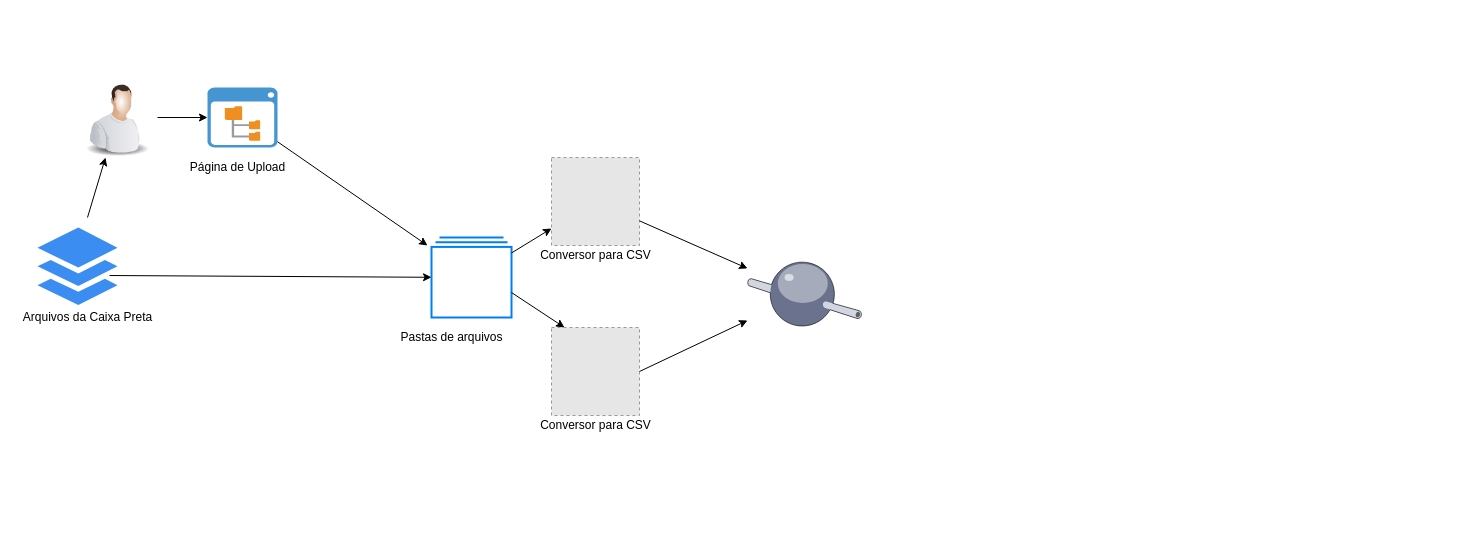
Before: Untitled Diagram.drawio in rafaelr00/arquitetura, a draw.io diagram. Source tidied: cells renumbered, new cells numbered last; positions are measured from the earlier drawing's top-left corner, leaving out a move shared by most shapes. Both pictures are drawn from the tidied source at 100%, with x=0, y=0 at pixel (17, 77). Pictures stored in the file or linked from it are replaced by grey dashed boxes.
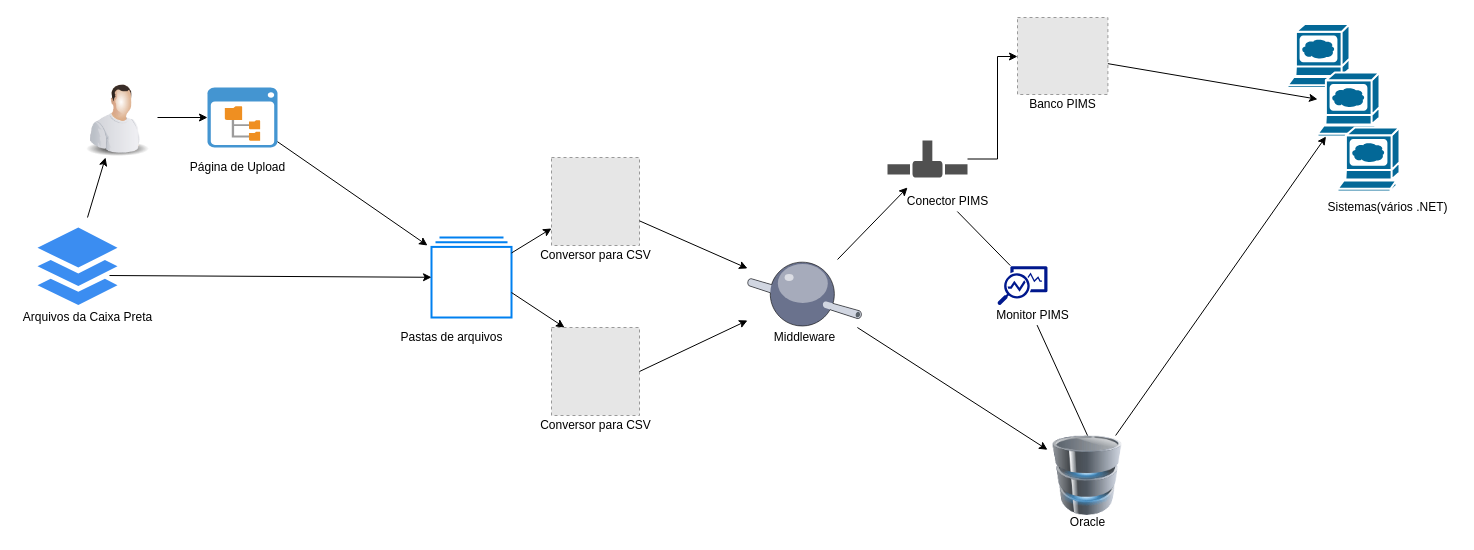
The same diagram, later.

The change refers to these unchanged cells:
```xml
<mxCell id="19" style="verticalLabelPosition=bottom;html=1;verticalAlign=top;strokeColor=none;align=center;outlineConnect=0;shape=mxgraph.citrix.middleware;" parent="1" vertex="1">
  <mxGeometry x="730" y="182" width="114" height="68" as="geometry" />
</mxCell>
```

Change to the diagram source:
```diff
@@
+    <mxCell id="22" value="Middleware" style="text;html=1;align=center;verticalAlign=middle;fillColor=none;strokeColor=none;rounded=0;" parent="1" vertex="1">
+      <mxGeometry x="747" y="250" width="80" height="20" as="geometry" />
+    </mxCell>
+    <mxCell id="23" style="fillColor=#E6E6E6;strokeColor=#999999;dashed=1;verticalLabelPosition=bottom;verticalAlign=top;" parent="1" vertex="1">
+      <mxGeometry x="1000" y="-60" width="90.4" height="77" as="geometry" />
+    </mxCell>
+    <mxCell id="24" style="endArrow=classic;html=1;" parent="1" edge="1" source="19" target="30">
+      <mxGeometry relative="1" as="geometry" />
+    </mxCell>
+    <mxCell id="25" style="endArrow=classic;html=1;" parent="1" edge="1" source="19">
+      <mxGeometry relative="1" as="geometry">
+        <mxPoint x="890" y="110" as="targetPoint" />
+      </mxGeometry>
+    </mxCell>
+    <mxCell id="26" value="Banco PIMS" style="text;html=1;align=center;verticalAlign=middle;fillColor=none;strokeColor=none;rounded=0;" parent="1" vertex="1">
+      <mxGeometry x="1005.2" y="17" width="80" height="20" as="geometry" />
+    </mxCell>
+    <mxCell id="27" style="edgeStyle=orthogonalEdgeStyle;rounded=0;jettySize=auto;html=1;" parent="1" edge="1" source="28" target="23">
+      <mxGeometry relative="1" as="geometry">
+        <Array as="points">
+          <mxPoint x="980" y="82" />
+          <mxPoint x="980" y="-21" />
+        </Array>
+      </mxGeometry>
+    </mxCell>
+    <mxCell id="28" style="shadow=0;dashed=0;html=1;strokeColor=none;labelPosition=center;verticalLabelPosition=bottom;verticalAlign=top;align=center;fillColor=#505050;shape=mxgraph.mscae.intune.connector;" parent="1" vertex="1">
+      <mxGeometry x="870" y="63" width="80" height="37" as="geometry" />
+    </mxCell>
+    <mxCell id="29" value="Conector PIMS" style="text;html=1;align=center;verticalAlign=middle;points=[];fillColor=none;strokeColor=none;rounded=0;" parent="1" vertex="1">
+      <mxGeometry x="880" y="114" width="100" height="20" as="geometry" />
+    </mxCell>
+    <mxCell id="30" style="image;html=1;labelBackgroundColor=#ffffff;image=img/lib/clip_art/computers/Database_128x128.png;" parent="1" vertex="1">
+      <mxGeometry x="1030" y="358" width="80" height="80" as="geometry" />
+    </mxCell>
+    <mxCell id="31" value="Oracle" style="text;html=1;align=center;verticalAlign=middle;fillColor=none;strokeColor=none;rounded=0;" parent="1" vertex="1">
+      <mxGeometry x="1045" y="435" width="50" height="20" as="geometry" />
+    </mxCell>
+    <mxCell id="32" style="shape=mxgraph.cisco.computers_and_peripherals.web_browser;html=1;dashed=0;fillColor=#036897;strokeColor=#ffffff;strokeWidth=2;verticalLabelPosition=bottom;verticalAlign=top;" parent="1" vertex="1">
+      <mxGeometry x="1270" y="-53.5" width="62" height="64" as="geometry" />
+    </mxCell>
+    <mxCell id="33" style="shape=mxgraph.cisco.computers_and_peripherals.web_browser;html=1;dashed=0;fillColor=#036897;strokeColor=#ffffff;strokeWidth=2;verticalLabelPosition=bottom;verticalAlign=top;" parent="1" vertex="1">
+      <mxGeometry x="1300" y="-5" width="62" height="64" as="geometry" />
+    </mxCell>
+    <mxCell id="34" style="shape=mxgraph.cisco.computers_and_peripherals.web_browser;html=1;dashed=0;fillColor=#036897;strokeColor=#ffffff;strokeWidth=2;verticalLabelPosition=bottom;verticalAlign=top;" parent="1" vertex="1">
+      <mxGeometry x="1320" y="50" width="62" height="64" as="geometry" />
+    </mxCell>
+    <mxCell id="35" style="endArrow=classic;html=1;" parent="1" edge="1" source="23" target="33">
+      <mxGeometry relative="1" as="geometry" />
+    </mxCell>
+    <mxCell id="36" value="Sistemas(vários .NET)" style="text;html=1;align=center;verticalAlign=middle;fillColor=none;strokeColor=none;rounded=0;" parent="1" vertex="1">
+      <mxGeometry x="1300" y="120" width="140" height="20" as="geometry" />
+    </mxCell>
+    <mxCell id="37" style="endArrow=classic;html=1;" parent="1" edge="1" source="30" target="33">
+      <mxGeometry relative="1" as="geometry" />
+    </mxCell>
+    <mxCell id="38" style="shadow=0;dashed=0;html=1;strokeColor=none;labelPosition=center;verticalLabelPosition=bottom;verticalAlign=top;align=center;fillColor=#00188D;shape=mxgraph.mscae.enterprise.monitor_running_apps;" parent="1" vertex="1">
+      <mxGeometry x="980" y="188.6" width="50" height="39" as="geometry" />
+    </mxCell>
+    <mxCell id="39" value="Monitor PIMS" style="text;html=1;align=center;verticalAlign=middle;points=[];fillColor=none;strokeColor=none;rounded=0;" parent="1" vertex="1">
+      <mxGeometry x="970" y="227.6" width="90" height="20" as="geometry" />
+    </mxCell>
+    <mxCell id="40" style="endArrow=none;html=1;exitX=0.256;exitY=-0.013;exitDx=0;exitDy=0;exitPerimeter=0;" parent="1" edge="1" source="38" target="29">
+      <mxGeometry relative="1" as="geometry" />
+    </mxCell>
+    <mxCell id="41" style="endArrow=none;html=1;exitX=0.5;exitY=0;exitDx=0;exitDy=0;" parent="1" edge="1" source="30" target="39">
+      <mxGeometry relative="1" as="geometry" />
+    </mxCell>
```
